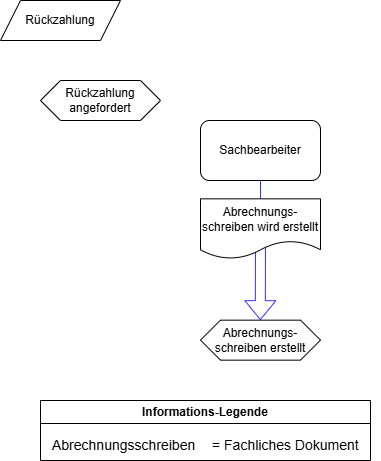
This is docs/src/about/dataflow-diagram/Rueckzahlung-state.png from it-at-m/stadtbezirksbudget, a draw.io export, as it was before one commit. Source tidied: cells renumbered, new cells last; positions are measured from the earlier drawing's top-left corner, leaving out a move shared by most shapes.
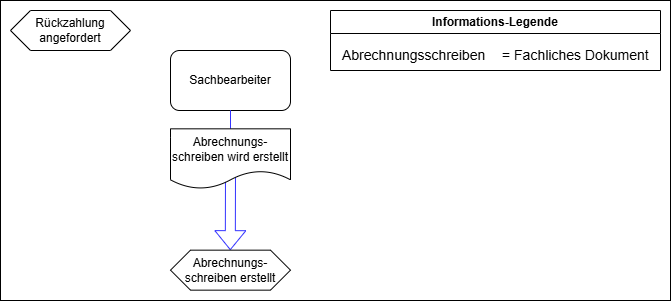
Above is the later version.

Diff of the diagram source:
```diff
@@ -5,9 +5,6 @@
     <mxCell id="2" value="Rückzahlung angefordert" style="shape=hexagon;perimeter=hexagonPerimeter2;whiteSpace=wrap;html=1;fixedSize=1;" parent="1" vertex="1">
       <mxGeometry x="40" y="80" width="120" height="40" as="geometry" />
     </mxCell>
-    <mxCell id="3" value="Rückzahlung" style="shape=parallelogram;perimeter=parallelogramPerimeter;whiteSpace=wrap;html=1;fixedSize=1;" parent="1" vertex="1">
-      <mxGeometry width="120" height="40" as="geometry" />
-    </mxCell>
     <mxCell id="4" value="Sachbearbeiter" style="rounded=1;whiteSpace=wrap;html=1;" parent="1" vertex="1">
       <mxGeometry x="200" y="120" width="120" height="60" as="geometry" />
     </mxCell>
@@ -29,7 +26,7 @@
       <mxGeometry x="200" y="198.3" width="120" height="60" as="geometry" />
     </mxCell>
     <mxCell id="9" value="Informations-Legende" style="swimlane;whiteSpace=wrap;html=1;" parent="1" vertex="1">
-      <mxGeometry x="40" y="400" width="330" height="60" as="geometry" />
+      <mxGeometry x="360" y="80" width="330" height="60" as="geometry" />
     </mxCell>
     <mxCell id="10" value="&lt;span style=&quot;font-size: 14px;&quot;&gt;= Fachliches Dokument&lt;/span&gt;" style="text;html=1;align=left;verticalAlign=middle;strokeColor=none;fillColor=none;" parent="9" vertex="1">
       <mxGeometry x="170" y="30" width="170" height="30" as="geometry" />
@@ -37,5 +34,8 @@
     <mxCell id="11" value="&lt;span style=&quot;font-size: 14px;&quot;&gt;Abrechnungsschreiben&lt;/span&gt;" style="text;whiteSpace=wrap;html=1;" parent="9" vertex="1">
       <mxGeometry x="10" y="30" width="160" height="30" as="geometry" />
     </mxCell>
+    <mxCell id="12" style="rounded=0;whiteSpace=wrap;html=1;fillColor=none;" parent="1" vertex="1">
+      <mxGeometry x="30" y="70" width="670" height="300" as="geometry" />
+    </mxCell>
   </root>
 </mxGraphModel>
```
